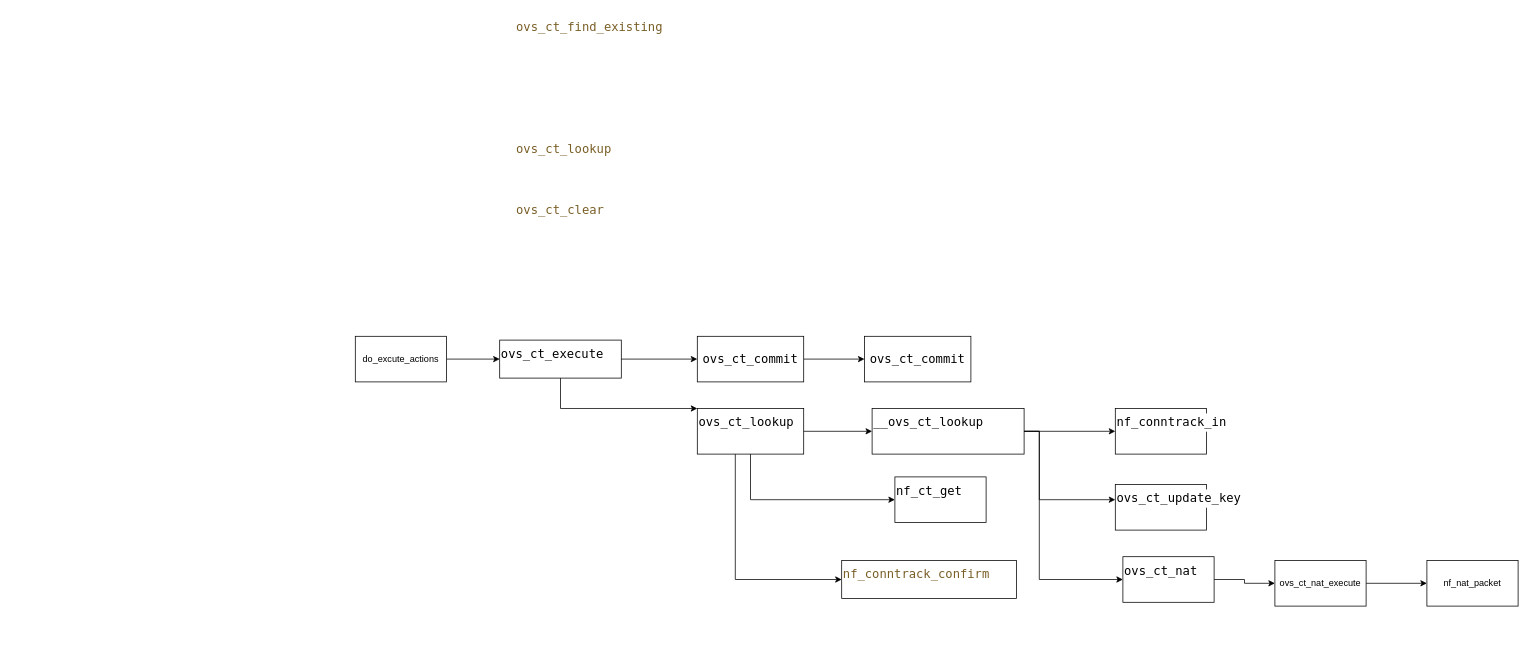
The draw.io diagram page "ovs ct" (2 of 4) of linux内核网络分析.drawio in enzoyes/desginsindraw, before the edit. Source tidied: cells renumbered, new cells numbered last; positions are measured from the earlier drawing's top-left corner, leaving out a move shared by most shapes. Both pictures are drawn from the tidied source at 76%, with x=0, y=0 at pixel (355, 13).
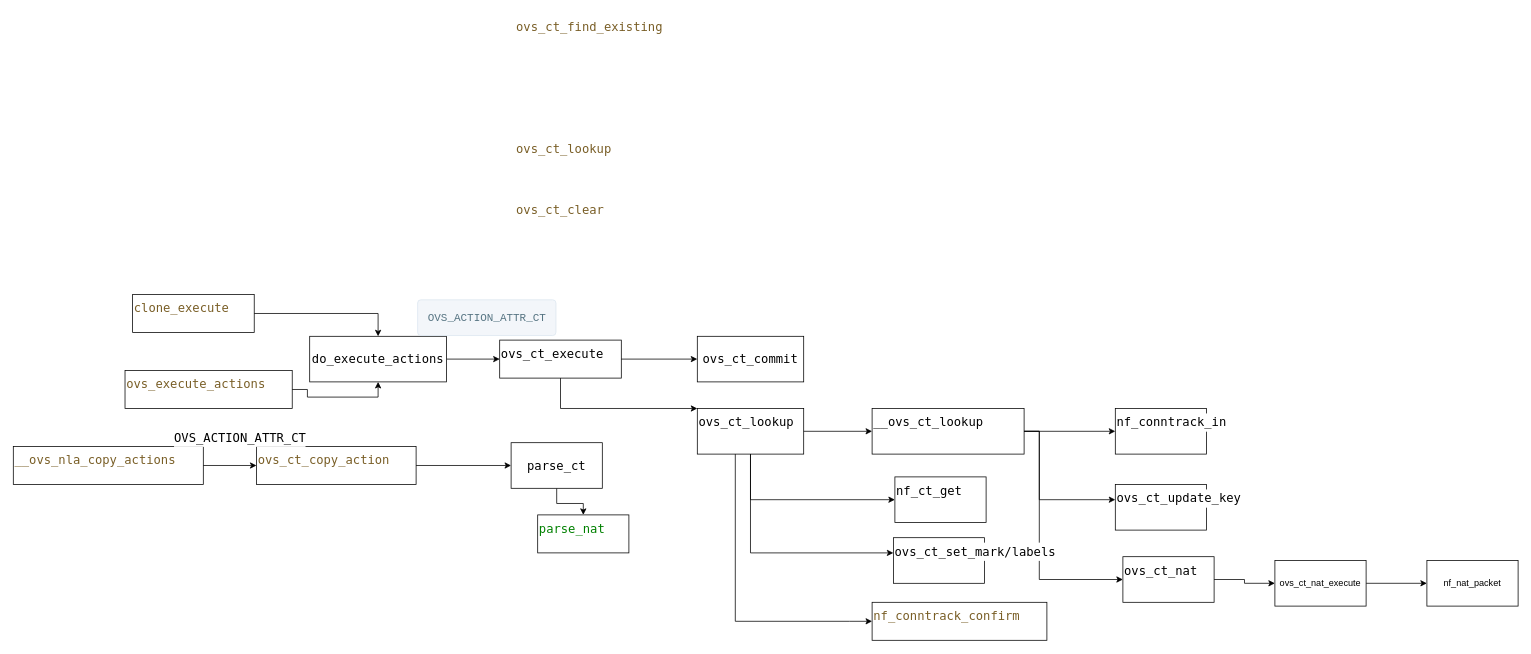
After the change.

Commit message:
更新linux内核网络分析.drawio

Unchanged cells that the change refers to:
```xml
<mxCell id="12" value="&lt;div style=&quot;background-color: rgb(255, 255, 255); font-family: Menlo, Monaco, &amp;quot;Courier New&amp;quot;, monospace; font-size: 16px; line-height: 24px;&quot;&gt;ovs_ct_commit&lt;/div&gt;" style="whiteSpace=wrap;html=1;" parent="1" vertex="1">
  <mxGeometry x="450" y="425" width="140" height="60" as="geometry" />
</mxCell>
<mxCell id="17" value="&lt;div style=&quot;background-color: rgb(255, 255, 255); font-family: Menlo, Monaco, &amp;quot;Courier New&amp;quot;, monospace; font-size: 16px; line-height: 24px;&quot;&gt;ovs_ct_lookup&lt;/div&gt;" style="whiteSpace=wrap;html=1;align=left;verticalAlign=top;fillColor=none;gradientColor=none;" parent="1" vertex="1">
  <mxGeometry x="450" y="520" width="140" height="60" as="geometry" />
</mxCell>
```

Diff of the diagram source:
```diff
@@
-    <mxCell id="11" style="edgeStyle=orthogonalEdgeStyle;rounded=0;jettySize=auto;html=1;" parent="1" edge="1" source="12" target="13">
-      <mxGeometry relative="1" as="geometry" />
-    </mxCell>
@@
-    <mxCell id="13" value="&lt;div style=&quot;background-color: rgb(255, 255, 255); font-family: Menlo, Monaco, &amp;quot;Courier New&amp;quot;, monospace; font-size: 16px; line-height: 24px;&quot;&gt;ovs_ct_commit&lt;/div&gt;" style="whiteSpace=wrap;html=1;" parent="1" vertex="1">
-      <mxGeometry x="670" y="425" width="140" height="60" as="geometry" />
-    </mxCell>
@@
     <mxCell id="16" style="edgeStyle=orthogonalEdgeStyle;rounded=0;jettySize=auto;html=1;entryX=0;entryY=0.5;entryDx=0;entryDy=0;" parent="1" edge="1" source="17" target="25">
       <mxGeometry relative="1" as="geometry">
         <Array as="points">
-          <mxPoint x="500" y="745" />
+          <mxPoint x="500" y="800" />
+          <mxPoint x="650" y="800" />
         </Array>
       </mxGeometry>
     </mxCell>
+    <mxCell id="30" style="edgeStyle=orthogonalEdgeStyle;rounded=0;jettySize=auto;html=1;" parent="1" edge="1" source="17" target="31">
+      <mxGeometry relative="1" as="geometry">
+        <Array as="points">
+          <mxPoint x="520" y="710" />
+        </Array>
+      </mxGeometry>
+    </mxCell>
@@
-    <mxCell id="19" value="do_excute_actions" style="rounded=0;whiteSpace=wrap;html=1;" parent="1" vertex="1">
-      <mxGeometry y="425" width="120" height="60" as="geometry" />
+    <mxCell id="19" value="&lt;div style=&quot;background-color: rgb(255, 255, 255); font-family: Menlo, Monaco, &amp;quot;Courier New&amp;quot;, monospace; font-size: 16px; line-height: 24px;&quot;&gt;do_execute_actions&lt;/div&gt;" style="rounded=0;whiteSpace=wrap;html=1;" parent="1" vertex="1">
+      <mxGeometry x="-60" y="425" width="180" height="60" as="geometry" />
     </mxCell>
@@
     <mxCell id="25" value="&lt;div style=&quot;color: rgb(0, 0, 0); background-color: rgb(255, 255, 255); font-family: Menlo, Monaco, &amp;quot;Courier New&amp;quot;, monospace; font-weight: normal; font-size: 16px; line-height: 24px;&quot;&gt;&lt;div&gt;&lt;span style=&quot;color: #795e26;&quot;&gt;nf_conntrack_confirm&lt;/span&gt;&lt;/div&gt;&lt;/div&gt;" style="text;whiteSpace=wrap;html=1;strokeColor=default;" parent="1" vertex="1">
-      <mxGeometry x="640" y="720" width="230" height="50" as="geometry" />
+      <mxGeometry x="680" y="775" width="230" height="50" as="geometry" />
     </mxCell>
@@
+    <mxCell id="31" value="&lt;div style=&quot;background-color: rgb(255, 255, 255); font-family: Menlo, Monaco, &amp;quot;Courier New&amp;quot;, monospace; font-size: 16px; line-height: 24px;&quot;&gt;ovs_ct_set_mark/labels&lt;/div&gt;" style="whiteSpace=wrap;html=1;align=left;verticalAlign=top;fillColor=none;gradientColor=none;" parent="1" vertex="1">
+      <mxGeometry x="708" y="690" width="120" height="60" as="geometry" />
+    </mxCell>
+    <mxCell id="32" value="&lt;pre class=&quot;highlight&quot; style=&quot;box-sizing: border-box; overflow: auto; font: 400 0.9rem / 1.45 Consolas, &amp;quot;Liberation Mono&amp;quot;, Menlo, Courier, monospace; background: rgb(243, 246, 250); padding: 0.8rem; margin-top: 0px; margin-bottom: 0px; color: rgb(86, 116, 130); overflow-wrap: normal; border: 1px solid rgb(220, 230, 240); border-radius: 0.3rem; word-break: normal; letter-spacing: normal; orphans: 2; text-align: start; text-indent: 0px; text-transform: none; widows: 2; word-spacing: 0px; -webkit-text-stroke-width: 0px; text-decoration-thickness: initial; text-decoration-style: initial; text-decoration-color: initial;&quot;&gt;&lt;code style=&quot;box-sizing: border-box; font-family: Consolas, &amp;quot;Liberation Mono&amp;quot;, Menlo, Courier, monospace; font-size: 0.9rem; padding: 0px; color: rgb(86, 116, 130); background: transparent; border-radius: 0.3rem; margin: 0px; word-break: normal; border: 0px; display: inline; max-width: initial; overflow: initial; line-height: inherit; overflow-wrap: normal;&quot;&gt;OVS_ACTION_ATTR_CT&lt;/code&gt;&lt;/pre&gt;" style="text;whiteSpace=wrap;html=1;" parent="1" vertex="1">
+      <mxGeometry x="80" y="370" width="220" height="70" as="geometry" />
+    </mxCell>
+    <mxCell id="33" style="edgeStyle=orthogonalEdgeStyle;rounded=0;jettySize=auto;html=1;" parent="1" edge="1" source="34" target="36">
+      <mxGeometry relative="1" as="geometry" />
+    </mxCell>
+    <mxCell id="34" value="&lt;div style=&quot;color: rgb(0, 0, 0); background-color: rgb(255, 255, 255); font-family: Menlo, Monaco, &amp;quot;Courier New&amp;quot;, monospace; font-weight: normal; font-size: 16px; line-height: 24px;&quot;&gt;&lt;div&gt;&lt;span style=&quot;color: #795e26;&quot;&gt;ovs_ct_copy_action&lt;/span&gt;&lt;/div&gt;&lt;/div&gt;" style="text;whiteSpace=wrap;html=1;strokeColor=default;" parent="1" vertex="1">
+      <mxGeometry x="-130" y="570" width="210" height="50" as="geometry" />
+    </mxCell>
+    <mxCell id="35" style="edgeStyle=orthogonalEdgeStyle;rounded=0;jettySize=auto;html=1;" parent="1" edge="1" source="36" target="37">
+      <mxGeometry relative="1" as="geometry" />
+    </mxCell>
+    <mxCell id="36" value="&lt;div style=&quot;background-color: rgb(255, 255, 255); font-family: Menlo, Monaco, &amp;quot;Courier New&amp;quot;, monospace; font-size: 16px; line-height: 24px;&quot;&gt;parse_ct&lt;/div&gt;" style="whiteSpace=wrap;html=1;" parent="1" vertex="1">
+      <mxGeometry x="205" y="565" width="120" height="60" as="geometry" />
+    </mxCell>
+    <mxCell id="37" value="&lt;div style=&quot;color: rgb(0, 0, 0); background-color: rgb(255, 255, 255); font-family: Menlo, Monaco, &amp;quot;Courier New&amp;quot;, monospace; font-weight: normal; font-size: 16px; line-height: 24px;&quot;&gt;&lt;div&gt;&lt;span style=&quot;color: #008000;&quot;&gt;parse_nat&lt;/span&gt;&lt;/div&gt;&lt;/div&gt;" style="text;whiteSpace=wrap;html=1;strokeColor=default;" parent="1" vertex="1">
+      <mxGeometry x="240" y="660" width="120" height="50" as="geometry" />
+    </mxCell>
+    <mxCell id="38" style="edgeStyle=orthogonalEdgeStyle;rounded=0;jettySize=auto;html=1;" parent="1" edge="1" source="39" target="19">
+      <mxGeometry relative="1" as="geometry" />
+    </mxCell>
+    <mxCell id="39" value="&lt;div style=&quot;color: rgb(0, 0, 0); background-color: rgb(255, 255, 255); font-family: Menlo, Monaco, &amp;quot;Courier New&amp;quot;, monospace; font-weight: normal; font-size: 16px; line-height: 24px;&quot;&gt;&lt;div&gt;&lt;span style=&quot;color: #795e26;&quot;&gt;clone_execute&lt;/span&gt;&lt;/div&gt;&lt;/div&gt;" style="text;whiteSpace=wrap;html=1;strokeColor=default;" parent="1" vertex="1">
+      <mxGeometry x="-293" y="370" width="160" height="50" as="geometry" />
+    </mxCell>
+    <mxCell id="40" style="edgeStyle=orthogonalEdgeStyle;rounded=0;jettySize=auto;html=1;entryX=0.5;entryY=1;entryDx=0;entryDy=0;" parent="1" edge="1" source="41" target="19">
+      <mxGeometry relative="1" as="geometry" />
+    </mxCell>
+    <mxCell id="41" value="&lt;div style=&quot;color: rgb(0, 0, 0); background-color: rgb(255, 255, 255); font-family: Menlo, Monaco, &amp;quot;Courier New&amp;quot;, monospace; font-weight: normal; font-size: 16px; line-height: 24px;&quot;&gt;&lt;div&gt;&lt;span style=&quot;color: #795e26;&quot;&gt;ovs_execute_actions&lt;/span&gt;&lt;/div&gt;&lt;/div&gt;" style="text;whiteSpace=wrap;html=1;strokeColor=default;" parent="1" vertex="1">
+      <mxGeometry x="-303" y="470" width="220" height="50" as="geometry" />
+    </mxCell>
+    <mxCell id="42" style="edgeStyle=orthogonalEdgeStyle;rounded=0;jettySize=auto;html=1;" parent="1" edge="1" source="43" target="34">
+      <mxGeometry relative="1" as="geometry" />
+    </mxCell>
+    <mxCell id="43" value="&lt;div style=&quot;color: rgb(0, 0, 0); background-color: rgb(255, 255, 255); font-family: Menlo, Monaco, &amp;quot;Courier New&amp;quot;, monospace; font-weight: normal; font-size: 16px; line-height: 24px;&quot;&gt;&lt;div&gt;&lt;span style=&quot;color: #795e26;&quot;&gt;__ovs_nla_copy_actions&lt;/span&gt;&lt;/div&gt;&lt;/div&gt;" style="text;whiteSpace=wrap;html=1;strokeColor=default;" parent="1" vertex="1">
+      <mxGeometry x="-450" y="570" width="250" height="50" as="geometry" />
+    </mxCell>
+    <mxCell id="44" value="&lt;div style=&quot;color: rgb(0, 0, 0); background-color: rgb(255, 255, 255); font-family: Menlo, Monaco, &amp;quot;Courier New&amp;quot;, monospace; font-weight: normal; font-size: 16px; line-height: 24px;&quot;&gt;&lt;div&gt;&lt;span style=&quot;color: #000000;&quot;&gt;OVS_ACTION_ATTR_CT&lt;/span&gt;&lt;/div&gt;&lt;/div&gt;" style="text;whiteSpace=wrap;html=1;" parent="1" vertex="1">
+      <mxGeometry x="-240" y="540" width="210" height="50" as="geometry" />
+    </mxCell>
```
